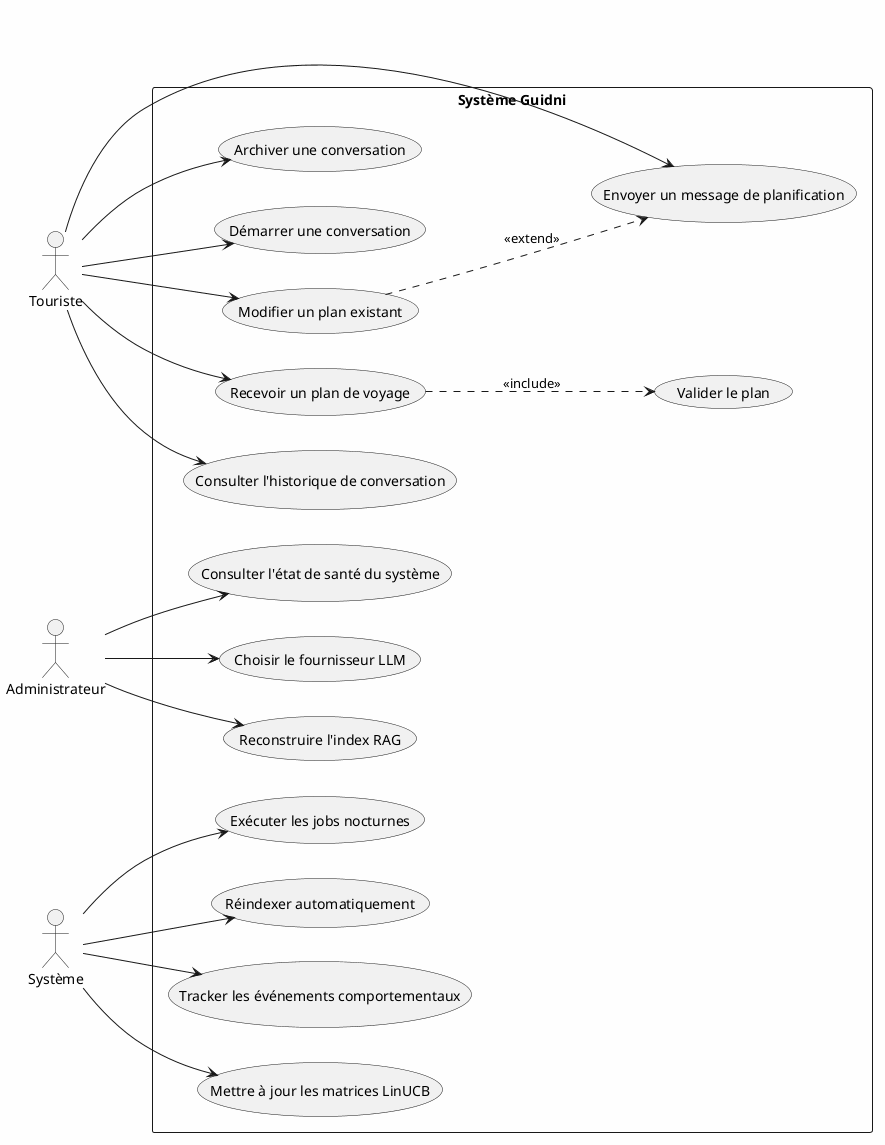
The PlantUML diagram diagrams/fig_03_use_case_global.png in ahmed-addali/rapport, before a commit.
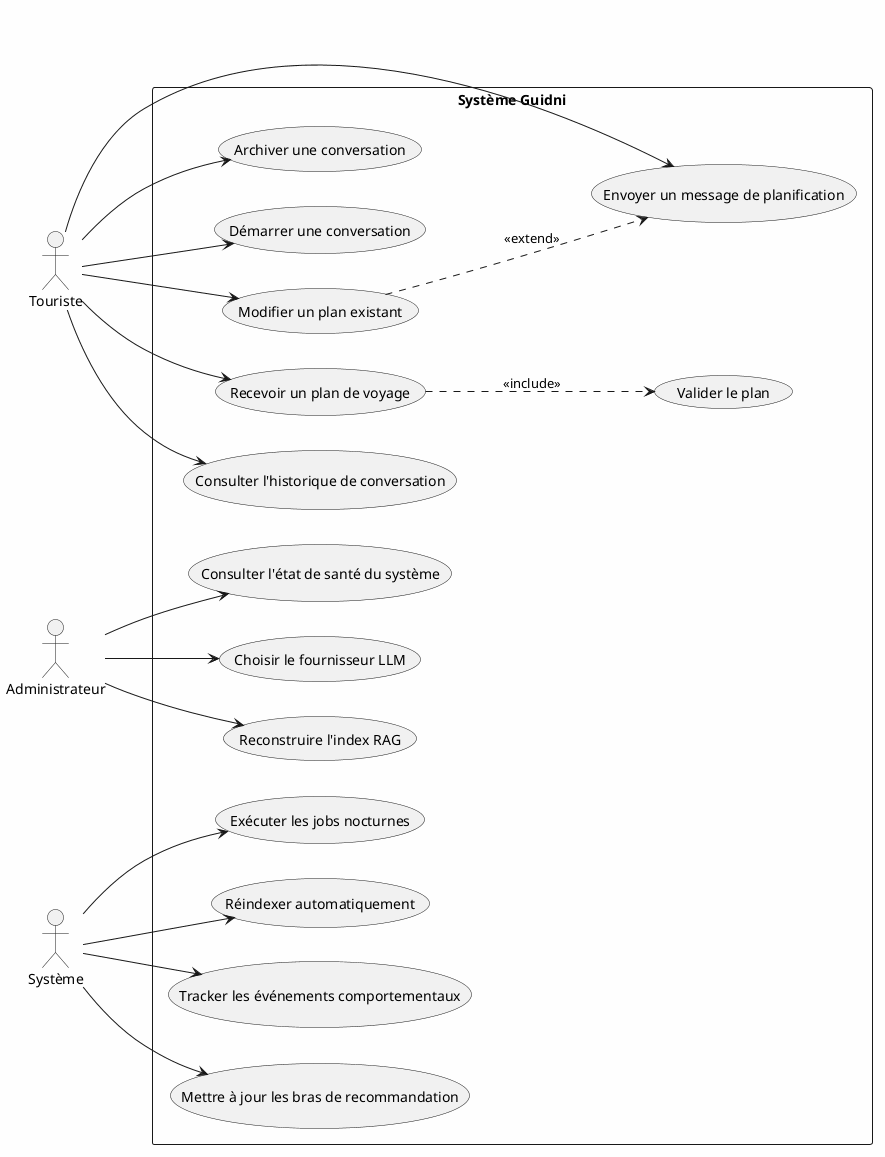
Later version of the same file.

Change to the diagram source:
```diff
@@ -27,7 +27,7 @@
   Admin --> (Choisir le fournisseur LLM)
 
   System --> (Tracker les événements comportementaux)
-  System --> (Mettre à jour les matrices LinUCB)
+  System --> (Mettre à jour les bras de recommandation)
   System --> (Exécuter les jobs nocturnes)
   System --> (Réindexer automatiquement)
 }
```
